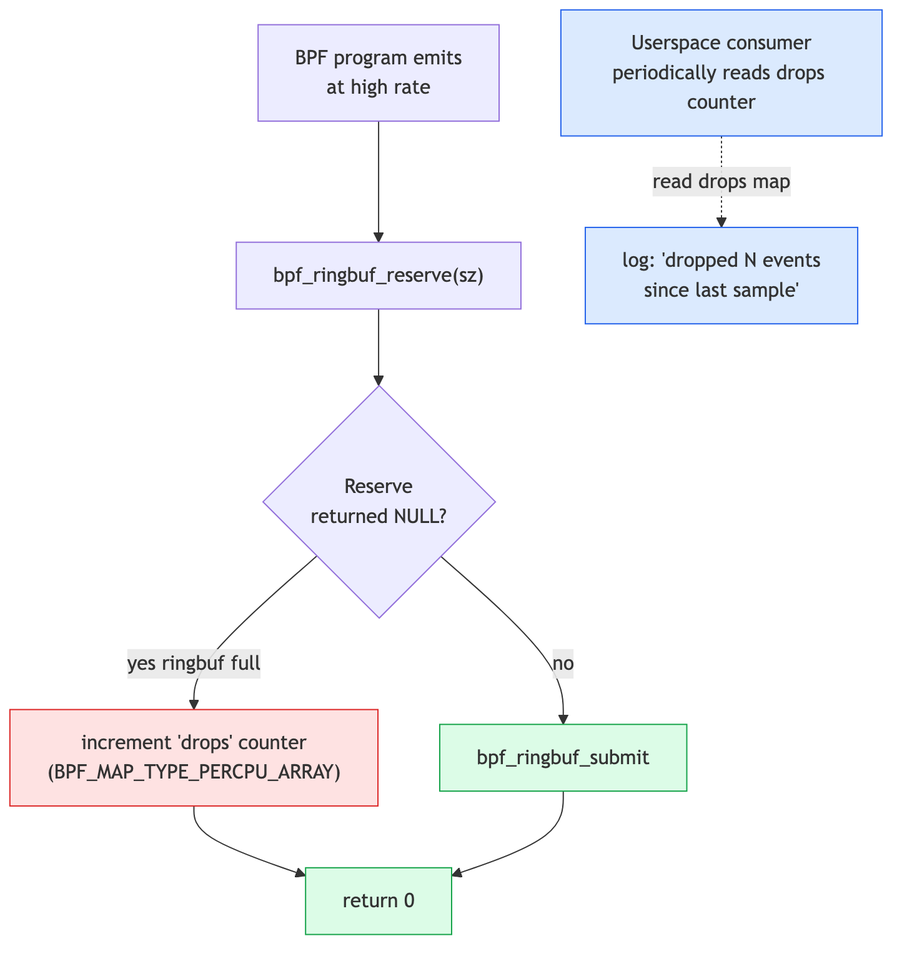
Before: ebpf/src/diagrams/day13_drop_visibility.png, a diagram exported from Mermaid (biefy/books). Its source is kept beside it as ebpf/src/diagrams/src/day13_drop_visibility.mmd.
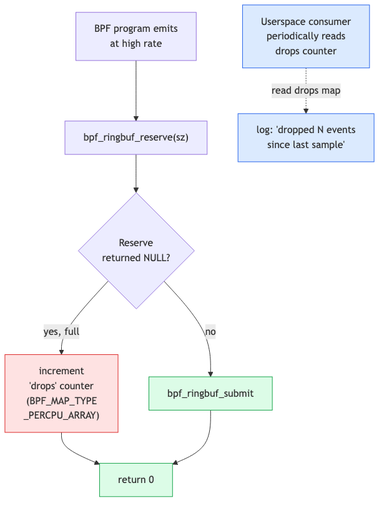
The same file after the commit.

Diff of the diagram source:
```diff
@@ -2,16 +2,16 @@
     Bpf["BPF program emits<br/>at high rate"]
     Reserve["bpf_ringbuf_reserve(sz)"]
     Check{Reserve<br/>returned NULL?}
-    Drop["increment 'drops' counter<br/>(BPF_MAP_TYPE_PERCPU_ARRAY)"]
+    Drop["increment<br/>'drops' counter<br/>(BPF_MAP_TYPE<br/>_PERCPU_ARRAY)"]
     Submit["bpf_ringbuf_submit"]
     Done["return 0"]
 
-    User["Userspace consumer<br/>periodically reads drops counter"]
+    User["Userspace consumer<br/>periodically reads<br/>drops counter"]
     Diag["log: 'dropped N events<br/>since last sample'"]
 
     Bpf --> Reserve
     Reserve --> Check
-    Check -->|yes ringbuf full| Drop
+    Check -->|yes, full| Drop
     Drop --> Done
     Check -->|no| Submit
     Submit --> Done
```
